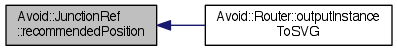
Above: documentation/classAvoid_1_1JunctionRef_a404276b4132c4d21058f9b7220021124_icgraph.png in mjwybrow/adaptagrams (Graphviz), before the change. Its source is kept beside it as documentation/classAvoid_1_1JunctionRef_a404276b4132c4d21058f9b7220021124_icgraph.dot. Its diagram source:
```dot
digraph "Avoid::JunctionRef::recommendedPosition"
{
  edge [fontname="Helvetica",fontsize="10",labelfontname="Helvetica",labelfontsize="10"];
  node [fontname="Helvetica",fontsize="10",shape=record];
  rankdir="LR";
  Node1 [label="Avoid::JunctionRef\l::recommendedPosition",height=0.2,width=0.4,color="black", fillcolor="grey75", style="filled" fontcolor="black"];
  Node1 -> Node2 [dir="back",color="midnightblue",fontsize="10",style="solid",fontname="Helvetica"];
  Node2 [label="Avoid::Router::outputInstance\lToSVG",height=0.2,width=0.4,color="black", fillcolor="white", style="filled",URL="$classAvoid_1_1Router.html#a458aae2d6447e0958e4916a8c29bbb47",tooltip="Generates an SVG file containing debug output and code that can be used to regenerate the instance..."];
}
```
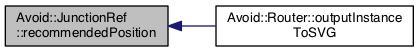
The same file after the commit.

The edit, as a diff of the source:
```diff
@@ -3,7 +3,7 @@
   edge [fontname="Helvetica",fontsize="10",labelfontname="Helvetica",labelfontsize="10"];
   node [fontname="Helvetica",fontsize="10",shape=record];
   rankdir="LR";
-  Node1 [label="Avoid::JunctionRef\l::recommendedPosition",height=0.2,width=0.4,color="black", fillcolor="grey75", style="filled" fontcolor="black"];
+  Node1 [label="Avoid::JunctionRef\l::recommendedPosition",height=0.2,width=0.4,color="black", fillcolor="grey75", style="filled", fontcolor="black"];
   Node1 -> Node2 [dir="back",color="midnightblue",fontsize="10",style="solid",fontname="Helvetica"];
   Node2 [label="Avoid::Router::outputInstance\lToSVG",height=0.2,width=0.4,color="black", fillcolor="white", style="filled",URL="$classAvoid_1_1Router.html#a458aae2d6447e0958e4916a8c29bbb47",tooltip="Generates an SVG file containing debug output and code that can be used to regenerate the instance..."];
 }
```
